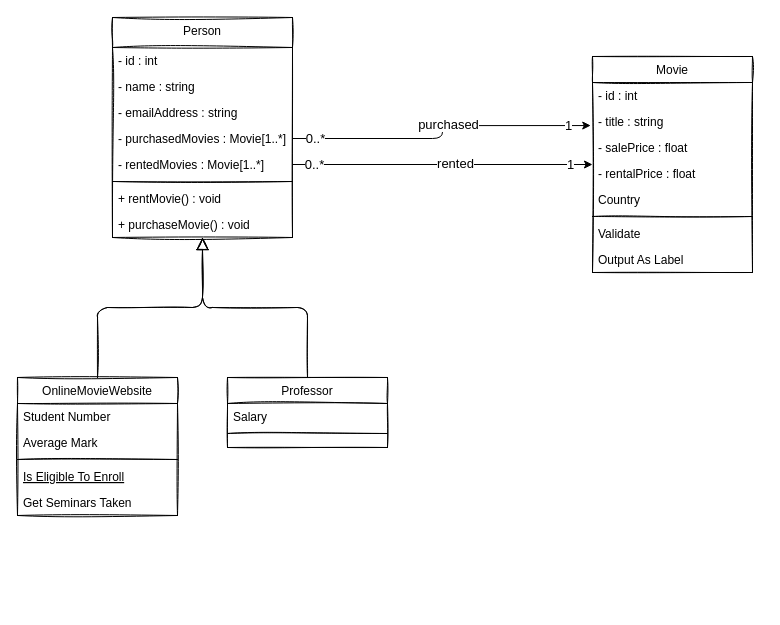
The draw.io diagram OdevOnlineFilmSistemi.drawio in scelikcapa/kodluyoruzilkrepo, before the edit. Source tidied: cells renumbered, new cells numbered last; positions are measured from the earlier drawing's top-left corner, leaving out a move shared by most shapes. Both pictures are drawn from the tidied source at 100%, with x=0, y=0 at pixel (17, 17).
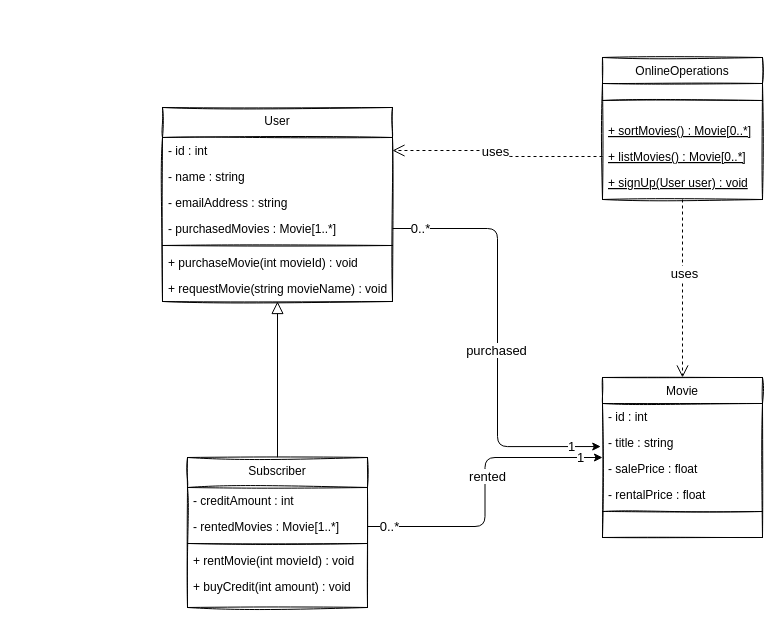
Above is the later version.

What changed in the source:
```diff
@@
+    <mxCell id="39" style="edgeStyle=orthogonalEdgeStyle;rounded=1;sketch=0;jettySize=auto;html=1;exitX=0.5;exitY=0;exitDx=0;exitDy=0;entryX=0.5;entryY=1;entryDx=0;entryDy=0;fontSize=13;endArrow=block;endFill=0;endSize=10;" parent="1" edge="1" source="2" target="44">
+      <mxGeometry relative="1" as="geometry" />
+    </mxCell>
-    <mxCell id="2" value="Person" style="swimlane;fontStyle=0;align=center;verticalAlign=top;horizontal=1;startSize=30;rounded=0;shadow=0;strokeWidth=1;sketch=1;" parent="1" vertex="1">
-      <mxGeometry x="95" width="180" height="220" as="geometry" />
+    <mxCell id="2" value="Subscriber" style="swimlane;fontStyle=0;align=center;verticalAlign=top;horizontal=1;startSize=30;rounded=0;shadow=0;strokeWidth=1;sketch=1;" parent="1" vertex="1">
+      <mxGeometry x="170" y="440" width="180" height="150" as="geometry" />
     </mxCell>
-    <mxCell id="3" value="- id : int" style="text;align=left;verticalAlign=top;spacingLeft=4;spacingRight=4;overflow=hidden;sketch=1;rounded=0;" parent="2" vertex="1">
+    <mxCell id="3" value="- creditAmount : int" style="text;align=left;verticalAlign=top;spacingLeft=4;spacingRight=4;overflow=hidden;sketch=1;rounded=0;" parent="2" vertex="1">
       <mxGeometry y="30" width="180" height="26" as="geometry" />
     </mxCell>
-    <mxCell id="4" value="- name : string" style="text;align=left;verticalAlign=top;spacingLeft=4;spacingRight=4;overflow=hidden;sketch=1;rounded=0;" parent="2" vertex="1">
-      <mxGeometry y="56" width="180" height="26" as="geometry" />
-    </mxCell>
-    <mxCell id="5" value="- emailAddress : string" style="text;align=left;verticalAlign=top;spacingLeft=4;spacingRight=4;overflow=hidden;rounded=0;shadow=0;html=0;sketch=1;" parent="2" vertex="1">
-      <mxGeometry y="82" width="180" height="26" as="geometry" />
-    </mxCell>
-    <mxCell id="6" value="- purchasedMovies : Movie[1..*]" style="text;align=left;verticalAlign=top;spacingLeft=4;spacingRight=4;overflow=hidden;points=[[0,0.5],[1,0.5]];portConstraint=eastwest;rounded=0;shadow=0;html=0;sketch=1;" parent="2" vertex="1">
-      <mxGeometry y="108" width="180" height="26" as="geometry" />
-    </mxCell>
     <mxCell id="7" value="- rentedMovies : Movie[1..*]" style="text;align=left;verticalAlign=top;spacingLeft=4;spacingRight=4;overflow=hidden;points=[[0,0.5],[1,0.5]];portConstraint=eastwest;rounded=0;shadow=0;html=0;sketch=1;" parent="2" vertex="1">
-      <mxGeometry y="134" width="180" height="26" as="geometry" />
+      <mxGeometry y="56" width="180" height="26" as="geometry" />
     </mxCell>
     <mxCell id="8" style="line;html=1;strokeWidth=1;align=left;verticalAlign=middle;spacingTop=-1;spacingLeft=3;spacingRight=3;labelPosition=right;sketch=1;rounded=0;" parent="2" vertex="1">
-      <mxGeometry y="160" width="180" height="8" as="geometry" />
+      <mxGeometry y="82" width="180" height="8" as="geometry" />
     </mxCell>
-    <mxCell id="9" value="+ rentMovie() : void" style="text;align=left;verticalAlign=top;spacingLeft=4;spacingRight=4;overflow=hidden;sketch=1;rounded=0;" parent="2" vertex="1">
-      <mxGeometry y="168" width="180" height="26" as="geometry" />
+    <mxCell id="9" value="+ rentMovie(int movieId) : void" style="text;align=left;verticalAlign=top;spacingLeft=4;spacingRight=4;overflow=hidden;sketch=1;rounded=0;" parent="2" vertex="1">
+      <mxGeometry y="90" width="180" height="26" as="geometry" />
     </mxCell>
-    <mxCell id="10" value="+ purchaseMovie() : void" style="text;align=left;verticalAlign=top;spacingLeft=4;spacingRight=4;overflow=hidden;sketch=1;rounded=0;" parent="2" vertex="1">
-      <mxGeometry y="194" width="180" height="26" as="geometry" />
-    </mxCell>
+    <mxCell id="40" value="+ buyCredit(int amount) : void" style="text;align=left;verticalAlign=top;spacingLeft=4;spacingRight=4;overflow=hidden;sketch=1;rounded=0;" parent="2" vertex="1">
+      <mxGeometry y="116" width="180" height="26" as="geometry" />
+    </mxCell>
+    <mxCell id="41" style="edgeStyle=orthogonalEdgeStyle;rounded=1;sketch=0;jettySize=auto;html=1;entryX=0.5;entryY=0;entryDx=0;entryDy=0;fontSize=13;endArrow=open;endFill=0;endSize=10;dashed=1;" parent="1" edge="1" source="11" target="22">
+      <mxGeometry relative="1" as="geometry">
+        <Array as="points">
+          <mxPoint x="665" y="270" />
+          <mxPoint x="665" y="270" />
+        </Array>
+      </mxGeometry>
+    </mxCell>
+    <mxCell id="42" value="uses" style="edgeLabel;html=1;align=center;verticalAlign=middle;fontSize=13;" parent="41" vertex="1">
+      <mxGeometry x="-0.18" y="1" relative="1" as="geometry" />
+    </mxCell>
-    <mxCell id="11" value="OnlineMovieWebsite" style="swimlane;fontStyle=0;align=center;verticalAlign=top;horizontal=1;startSize=26;rounded=0;shadow=0;strokeWidth=1;sketch=1;" parent="1" vertex="1">
-      <mxGeometry y="360" width="160" height="138" as="geometry" />
+    <mxCell id="11" value="OnlineOperations" style="swimlane;fontStyle=0;align=center;verticalAlign=top;horizontal=1;startSize=26;rounded=0;shadow=0;strokeWidth=1;sketch=1;" parent="1" vertex="1">
+      <mxGeometry x="585" y="40" width="160" height="142" as="geometry" />
     </mxCell>
-    <mxCell id="12" value="Student Number" style="text;align=left;verticalAlign=top;spacingLeft=4;spacingRight=4;overflow=hidden;sketch=1;rounded=0;" parent="11" vertex="1">
-      <mxGeometry y="26" width="160" height="26" as="geometry" />
-    </mxCell>
-    <mxCell id="13" value="Average Mark" style="text;align=left;verticalAlign=top;spacingLeft=4;spacingRight=4;overflow=hidden;rounded=0;shadow=0;html=0;sketch=1;" parent="11" vertex="1">
-      <mxGeometry y="52" width="160" height="26" as="geometry" />
-    </mxCell>
     <mxCell id="14" style="line;html=1;strokeWidth=1;align=left;verticalAlign=middle;spacingTop=-1;spacingLeft=3;spacingRight=3;labelPosition=right;sketch=1;rounded=0;" parent="11" vertex="1">
-      <mxGeometry y="78" width="160" height="8" as="geometry" />
+      <mxGeometry y="26" width="160" height="34" as="geometry" />
     </mxCell>
-    <mxCell id="15" value="Is Eligible To Enroll" style="text;align=left;verticalAlign=top;spacingLeft=4;spacingRight=4;overflow=hidden;fontStyle=4;sketch=1;rounded=0;" parent="11" vertex="1">
-      <mxGeometry y="86" width="160" height="26" as="geometry" />
+    <mxCell id="15" value="+ sortMovies() : Movie[0..*]" style="text;align=left;verticalAlign=top;spacingLeft=4;spacingRight=4;overflow=hidden;fontStyle=4;sketch=1;rounded=0;" parent="11" vertex="1">
+      <mxGeometry y="60" width="160" height="26" as="geometry" />
     </mxCell>
+    <mxCell id="43" value="+ listMovies() : Movie[0..*]" style="text;align=left;verticalAlign=top;spacingLeft=4;spacingRight=4;overflow=hidden;points=[[0,0.5],[1,0.5]];portConstraint=eastwest;fontStyle=4;sketch=1;rounded=0;" parent="11" vertex="1">
+      <mxGeometry y="86" width="160" height="26" as="geometry" />
+    </mxCell>
-    <mxCell id="16" value="Get Seminars Taken" style="text;align=left;verticalAlign=top;spacingLeft=4;spacingRight=4;overflow=hidden;sketch=1;rounded=0;" parent="11" vertex="1">
+    <mxCell id="16" value="+ signUp(User user) : void" style="text;align=left;verticalAlign=top;spacingLeft=4;spacingRight=4;overflow=hidden;sketch=1;rounded=0;fontStyle=4;" parent="11" vertex="1">
       <mxGeometry y="112" width="160" height="26" as="geometry" />
     </mxCell>
-    <mxCell id="17" style="endArrow=block;endSize=10;endFill=0;shadow=0;strokeWidth=1;rounded=1;edgeStyle=elbowEdgeStyle;elbow=vertical;sketch=1;" parent="1" edge="1" source="11" target="2">
-      <mxGeometry relative="1" as="geometry" />
-    </mxCell>
-    <mxCell id="18" value="Professor" style="swimlane;fontStyle=0;align=center;verticalAlign=top;horizontal=1;startSize=26;rounded=0;shadow=0;strokeWidth=1;sketch=1;" parent="1" vertex="1">
-      <mxGeometry x="210" y="360" width="160" height="70" as="geometry" />
-    </mxCell>
-    <mxCell id="19" value="Salary" style="text;align=left;verticalAlign=top;spacingLeft=4;spacingRight=4;overflow=hidden;sketch=1;rounded=0;" parent="18" vertex="1">
-      <mxGeometry y="26" width="160" height="26" as="geometry" />
-    </mxCell>
-    <mxCell id="20" style="line;html=1;strokeWidth=1;align=left;verticalAlign=middle;spacingTop=-1;spacingLeft=3;spacingRight=3;labelPosition=right;sketch=1;rounded=0;" parent="18" vertex="1">
-      <mxGeometry y="52" width="160" height="8" as="geometry" />
-    </mxCell>
-    <mxCell id="21" style="endArrow=block;endSize=10;endFill=0;shadow=0;strokeWidth=1;rounded=1;edgeStyle=elbowEdgeStyle;elbow=vertical;sketch=1;" parent="1" edge="1" source="18" target="2">
-      <mxGeometry relative="1" as="geometry" />
-    </mxCell>
     <mxCell id="22" value="Movie" style="swimlane;fontStyle=0;align=center;verticalAlign=top;horizontal=1;startSize=26;rounded=0;shadow=0;strokeWidth=1;sketch=1;" parent="1" vertex="1">
-      <mxGeometry x="575" y="39" width="160" height="216" as="geometry" />
+      <mxGeometry x="585" y="360" width="160" height="160" as="geometry" />
     </mxCell>
@@
-    <mxCell id="27" value="Country" style="text;align=left;verticalAlign=top;spacingLeft=4;spacingRight=4;overflow=hidden;rounded=0;shadow=0;html=0;sketch=1;" parent="22" vertex="1">
-      <mxGeometry y="130" width="160" height="26" as="geometry" />
-    </mxCell>
     <mxCell id="28" style="line;html=1;strokeWidth=1;align=left;verticalAlign=middle;spacingTop=-1;spacingLeft=3;spacingRight=3;labelPosition=right;sketch=1;rounded=0;" parent="22" vertex="1">
-      <mxGeometry y="156" width="160" height="8" as="geometry" />
+      <mxGeometry y="130" width="160" height="8" as="geometry" />
     </mxCell>
-    <mxCell id="29" value="Validate" style="text;align=left;verticalAlign=top;spacingLeft=4;spacingRight=4;overflow=hidden;sketch=1;rounded=0;" parent="22" vertex="1">
-      <mxGeometry y="164" width="160" height="26" as="geometry" />
-    </mxCell>
-    <mxCell id="30" value="Output As Label" style="text;align=left;verticalAlign=top;spacingLeft=4;spacingRight=4;overflow=hidden;sketch=1;rounded=0;" parent="22" vertex="1">
-      <mxGeometry y="190" width="160" height="26" as="geometry" />
-    </mxCell>
@@
+    <mxCell id="44" value="User" style="swimlane;fontStyle=0;align=center;verticalAlign=top;horizontal=1;startSize=30;rounded=0;shadow=0;strokeWidth=1;sketch=1;" parent="1" vertex="1">
+      <mxGeometry x="145" y="90" width="230" height="194" as="geometry" />
+    </mxCell>
+    <mxCell id="45" value="- id : int" style="text;align=left;verticalAlign=top;spacingLeft=4;spacingRight=4;overflow=hidden;points=[[0,0.5],[1,0.5]];portConstraint=eastwest;sketch=1;rounded=0;" parent="44" vertex="1">
+      <mxGeometry y="30" width="230" height="26" as="geometry" />
+    </mxCell>
+    <mxCell id="4" value="- name : string" style="text;align=left;verticalAlign=top;spacingLeft=4;spacingRight=4;overflow=hidden;sketch=1;rounded=0;" parent="44" vertex="1">
+      <mxGeometry y="56" width="230" height="26" as="geometry" />
+    </mxCell>
+    <mxCell id="5" value="- emailAddress : string" style="text;align=left;verticalAlign=top;spacingLeft=4;spacingRight=4;overflow=hidden;rounded=0;shadow=0;html=0;sketch=1;" parent="44" vertex="1">
+      <mxGeometry y="82" width="230" height="26" as="geometry" />
+    </mxCell>
+    <mxCell id="6" value="- purchasedMovies : Movie[1..*]" style="text;align=left;verticalAlign=top;spacingLeft=4;spacingRight=4;overflow=hidden;points=[[0,0.5],[1,0.5]];portConstraint=eastwest;rounded=0;shadow=0;html=0;sketch=1;" parent="44" vertex="1">
+      <mxGeometry y="108" width="230" height="26" as="geometry" />
+    </mxCell>
+    <mxCell id="46" style="line;html=1;strokeWidth=1;align=left;verticalAlign=middle;spacingTop=-1;spacingLeft=3;spacingRight=3;labelPosition=right;sketch=1;rounded=0;" parent="44" vertex="1">
+      <mxGeometry y="134" width="230" height="8" as="geometry" />
+    </mxCell>
+    <mxCell id="47" value="+ purchaseMovie(int movieId) : void" style="text;align=left;verticalAlign=top;spacingLeft=4;spacingRight=4;overflow=hidden;sketch=1;rounded=0;" parent="44" vertex="1">
+      <mxGeometry y="142" width="230" height="26" as="geometry" />
+    </mxCell>
+    <mxCell id="48" value="+ requestMovie(string movieName) : void" style="text;align=left;verticalAlign=top;spacingLeft=4;spacingRight=4;overflow=hidden;sketch=1;rounded=0;" parent="44" vertex="1">
+      <mxGeometry y="168" width="230" height="26" as="geometry" />
+    </mxCell>
+    <mxCell id="49" style="edgeStyle=orthogonalEdgeStyle;rounded=1;sketch=0;jettySize=auto;html=1;entryX=1;entryY=0.5;entryDx=0;entryDy=0;dashed=1;fontSize=13;endArrow=open;endFill=0;endSize=10;" parent="1" edge="1" source="43" target="45">
+      <mxGeometry relative="1" as="geometry">
+        <Array as="points">
+          <mxPoint x="485" y="139" />
+          <mxPoint x="485" y="133" />
+        </Array>
+      </mxGeometry>
+    </mxCell>
+    <mxCell id="50" value="uses" style="edgeLabel;html=1;align=center;verticalAlign=middle;fontSize=13;" parent="49" vertex="1">
+      <mxGeometry x="0.06" relative="1" as="geometry" />
+    </mxCell>
```
